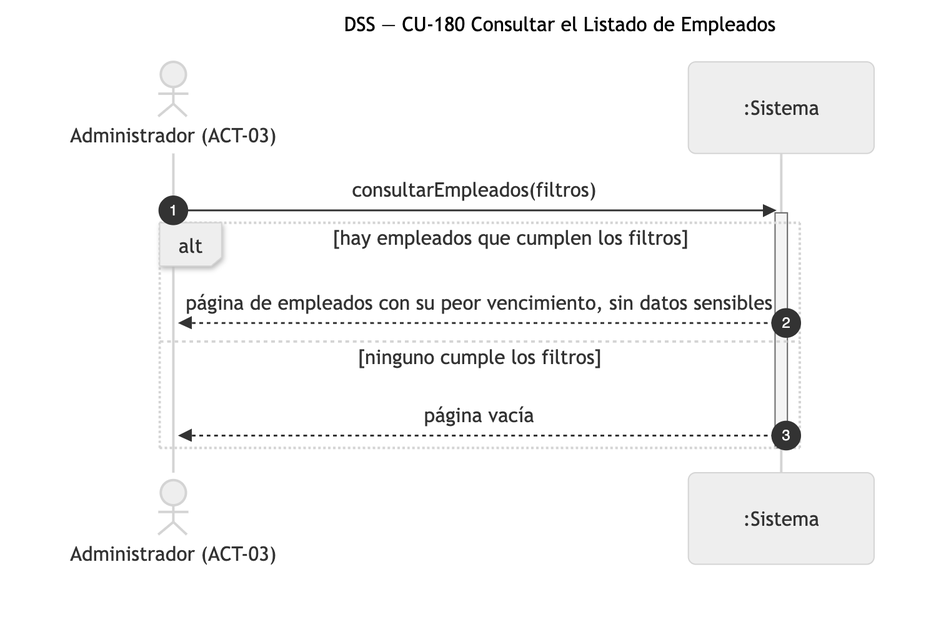
Before: diagramas/png/DSS_CU-180_Consultar-el-Listado-de-Empleados.png, a diagram exported from Mermaid (Nahuelito-Dev/splg-docs). Its source is kept beside it as diagramas/DSS_CU-180_Consultar-el-Listado-de-Empleados.mmd.
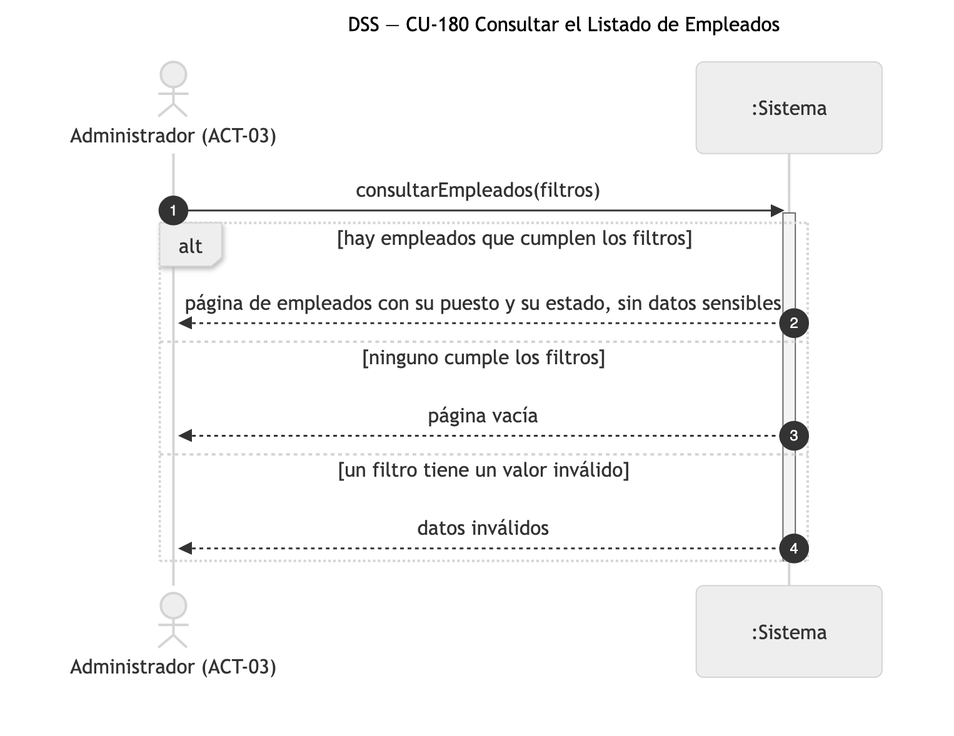
The same diagram one commit later.

Diff of the diagram source:
```diff
@@ -7,8 +7,10 @@
     ADM->>SIS: consultarEmpleados(filtros)
     activate SIS
     alt hay empleados que cumplen los filtros
-        SIS-->>ADM: página de empleados con su peor vencimiento, sin datos sensibles
+        SIS-->>ADM: página de empleados con su puesto y su estado, sin datos sensibles
     else ninguno cumple los filtros
         SIS-->>ADM: página vacía
+    else un filtro tiene un valor inválido
+        SIS-->>ADM: datos inválidos
     end
     deactivate SIS
```
